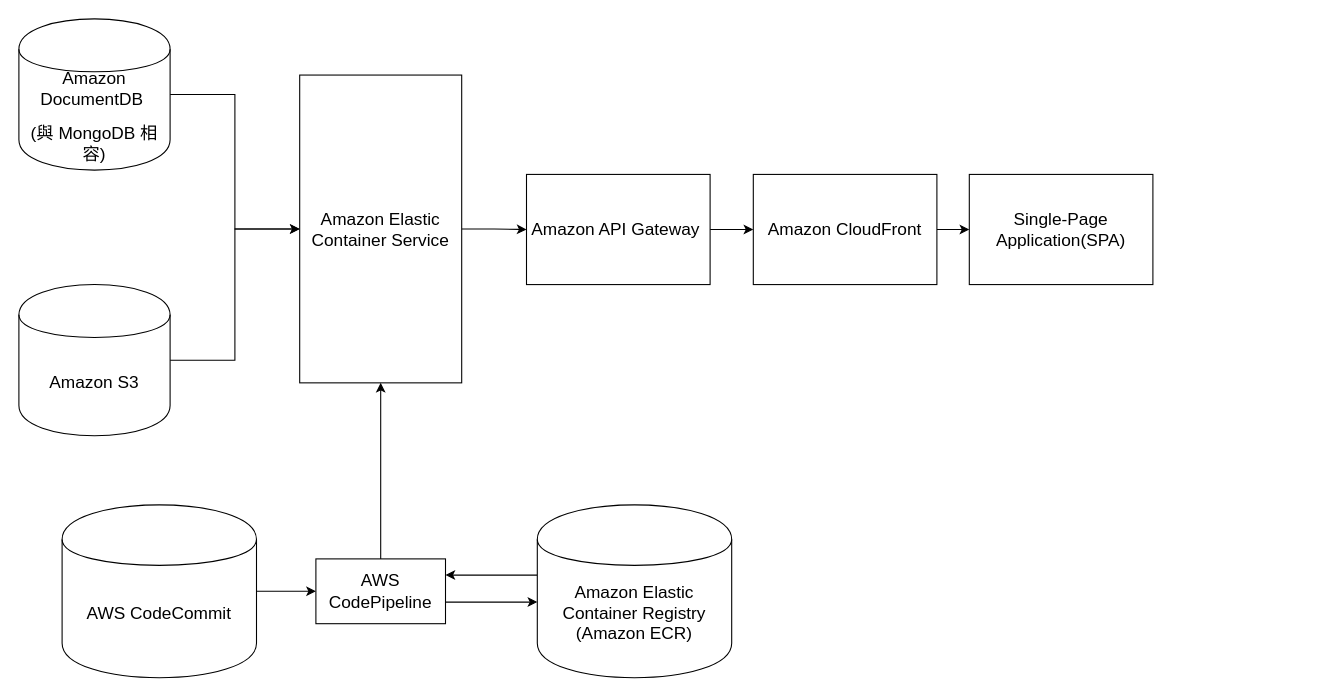
Before: containerOS/containerOS.drawio in Ruisi-Lu/aws_frame, a draw.io diagram. Source tidied: cells renumbered, new cells numbered last; positions are measured from the earlier drawing's top-left corner, leaving out a move shared by most shapes. Both pictures are drawn from the tidied source at 108%, with x=0, y=0 at pixel (18, 18).
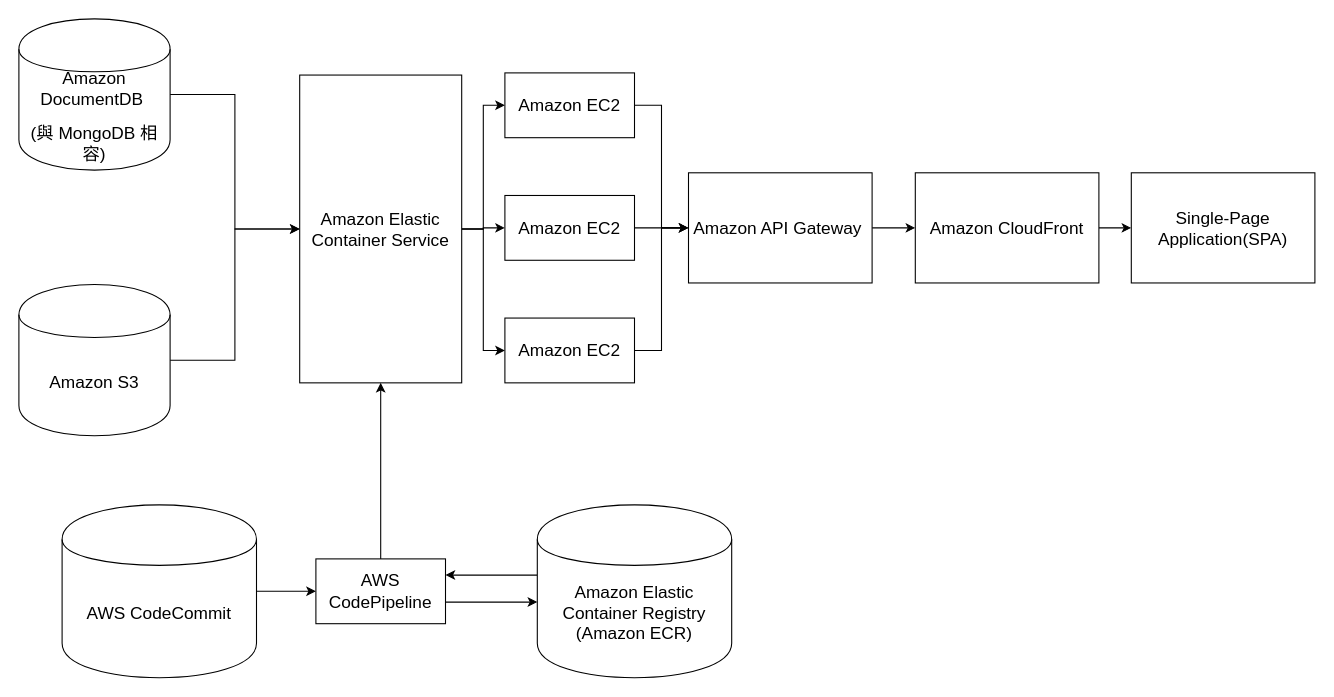
After the change.

The change refers to these unchanged cells:
```xml
<mxCell id="16" value="&lt;p class=&quot;MsoNormal&quot;&gt;&lt;span lang=&quot;EN-US&quot; style=&quot;font-family: &amp;#34;微軟正黑體&amp;#34; , sans-serif&quot;&gt;&lt;font style=&quot;font-size: 16px&quot;&gt;Amazon Elastic Container Service&lt;/font&gt;&lt;/span&gt;&lt;/p&gt;" style="rounded=0;whiteSpace=wrap;html=1;" parent="1" vertex="1">
  <mxGeometry x="260" y="52" width="150" height="285" as="geometry" />
</mxCell>
```

The edit, as a diff of the source:
```diff
@@
     <mxCell id="3" value="&lt;span lang=&quot;EN-US&quot; style=&quot;font-size: 12.0pt ; font-family: &amp;#34;微軟正黑體&amp;#34; , sans-serif&quot;&gt;Amazon API Gateway&amp;nbsp;&lt;/span&gt;" style="rounded=0;whiteSpace=wrap;html=1;" parent="1" vertex="1">
-      <mxGeometry x="470" y="144" width="170" height="102" as="geometry" />
+      <mxGeometry x="620" y="142.5" width="170" height="102" as="geometry" />
     </mxCell>
@@
     <mxCell id="5" value="&lt;span lang=&quot;EN-US&quot; style=&quot;font-size: 12.0pt ; font-family: &amp;#34;微軟正黑體&amp;#34; , sans-serif&quot;&gt;Amazon CloudFront&lt;/span&gt;" style="rounded=0;whiteSpace=wrap;html=1;" parent="1" vertex="1">
-      <mxGeometry x="680" y="144" width="170" height="102" as="geometry" />
+      <mxGeometry x="830" y="142.5" width="170" height="102" as="geometry" />
     </mxCell>
     <mxCell id="6" value="&lt;span lang=&quot;EN-US&quot; style=&quot;font-size: 12.0pt ; font-family: &amp;#34;微軟正黑體&amp;#34; , sans-serif&quot;&gt;Single-Page Application(SPA)&lt;/span&gt;" style="rounded=0;whiteSpace=wrap;html=1;" parent="1" vertex="1">
-      <mxGeometry x="880" y="144" width="170" height="102" as="geometry" />
+      <mxGeometry x="1030" y="142.5" width="170" height="102" as="geometry" />
     </mxCell>
@@
-    <mxCell id="15" style="edgeStyle=orthogonalEdgeStyle;rounded=0;jettySize=auto;html=1;entryX=0;entryY=0.5;entryDx=0;entryDy=0;" parent="1" edge="1" source="16" target="3">
-      <mxGeometry relative="1" as="geometry" />
-    </mxCell>
+    <mxCell id="20" style="edgeStyle=orthogonalEdgeStyle;rounded=0;jettySize=auto;html=1;entryX=0;entryY=0.5;entryDx=0;entryDy=0;" parent="1" edge="1" source="16" target="24">
+      <mxGeometry relative="1" as="geometry" />
+    </mxCell>
+    <mxCell id="21" style="edgeStyle=orthogonalEdgeStyle;rounded=0;jettySize=auto;html=1;" parent="1" edge="1" source="16" target="28">
+      <mxGeometry relative="1" as="geometry" />
+    </mxCell>
+    <mxCell id="22" style="edgeStyle=orthogonalEdgeStyle;rounded=0;jettySize=auto;html=1;entryX=0;entryY=0.5;entryDx=0;entryDy=0;" parent="1" edge="1" source="16" target="26">
+      <mxGeometry relative="1" as="geometry" />
+    </mxCell>
@@
+    <mxCell id="23" style="edgeStyle=orthogonalEdgeStyle;rounded=0;jettySize=auto;html=1;entryX=0;entryY=0.5;entryDx=0;entryDy=0;" parent="1" edge="1" source="24" target="3">
+      <mxGeometry relative="1" as="geometry" />
+    </mxCell>
+    <mxCell id="24" value="&lt;span lang=&quot;EN-US&quot; style=&quot;font-size: 12.0pt ; font-family: &amp;#34;微軟正黑體&amp;#34; , sans-serif&quot;&gt;Amazon EC2&lt;/span&gt;" style="rounded=0;whiteSpace=wrap;html=1;" parent="1" vertex="1">
+      <mxGeometry x="450" y="50" width="120" height="60" as="geometry" />
+    </mxCell>
+    <mxCell id="25" style="edgeStyle=orthogonalEdgeStyle;rounded=0;jettySize=auto;html=1;entryX=0;entryY=0.5;entryDx=0;entryDy=0;" parent="1" edge="1" source="26" target="3">
+      <mxGeometry relative="1" as="geometry" />
+    </mxCell>
+    <mxCell id="26" value="&lt;span lang=&quot;EN-US&quot; style=&quot;font-size: 12.0pt ; font-family: &amp;#34;微軟正黑體&amp;#34; , sans-serif&quot;&gt;Amazon EC2&lt;/span&gt;" style="rounded=0;whiteSpace=wrap;html=1;" parent="1" vertex="1">
+      <mxGeometry x="450" y="277" width="120" height="60" as="geometry" />
+    </mxCell>
+    <mxCell id="27" style="edgeStyle=orthogonalEdgeStyle;rounded=0;jettySize=auto;html=1;" parent="1" edge="1" source="28" target="3">
+      <mxGeometry relative="1" as="geometry" />
+    </mxCell>
+    <mxCell id="28" value="&lt;span lang=&quot;EN-US&quot; style=&quot;font-size: 12.0pt ; font-family: &amp;#34;微軟正黑體&amp;#34; , sans-serif&quot;&gt;Amazon EC2&lt;/span&gt;" style="rounded=0;whiteSpace=wrap;html=1;" parent="1" vertex="1">
+      <mxGeometry x="450" y="163.5" width="120" height="60" as="geometry" />
+    </mxCell>
```
